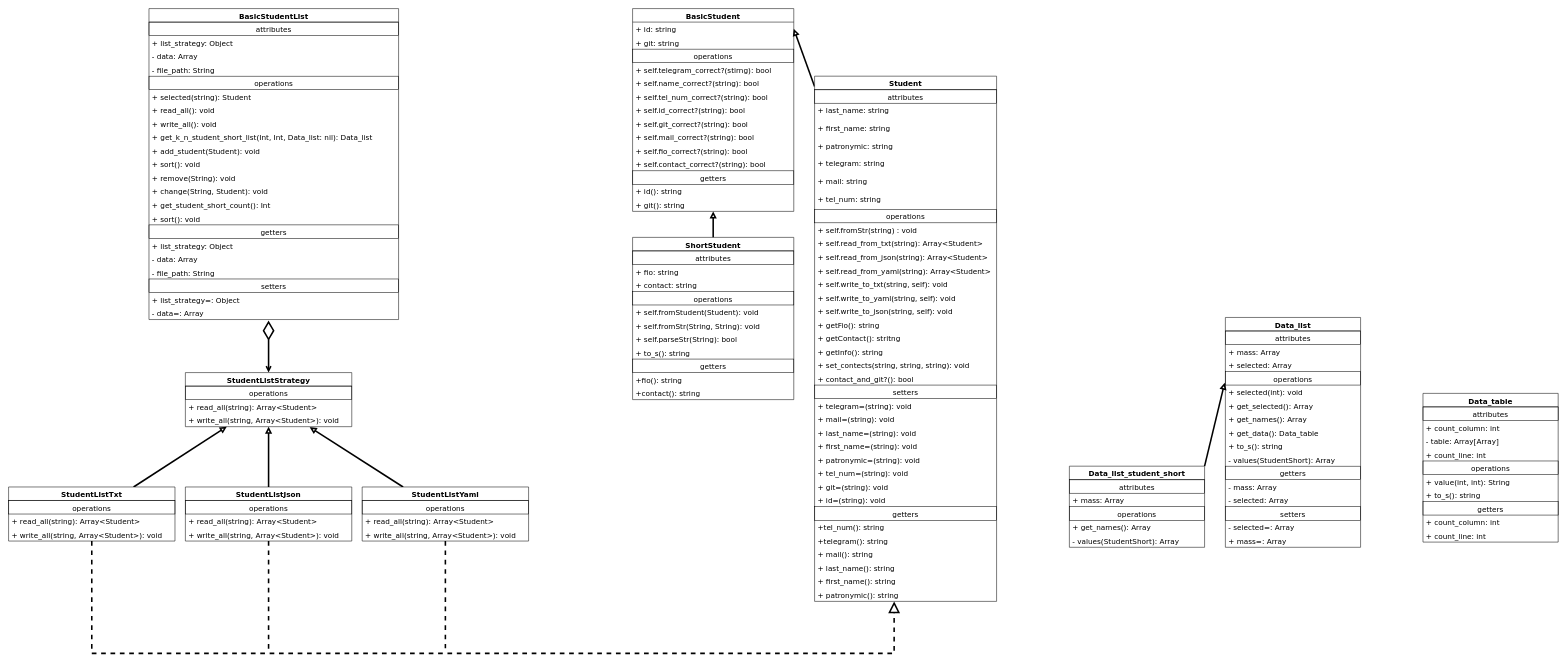
This is Lab2/diagrams/diagram.drawio from SeemerGG/Design_patterns, a draw.io file, before an edit. Source tidied: cells renumbered, new cells numbered last; positions are measured from the earlier drawing's top-left corner, leaving out a move shared by most shapes. Both pictures are drawn from the tidied source at 52%, with x=0, y=0 at pixel (8, 8).
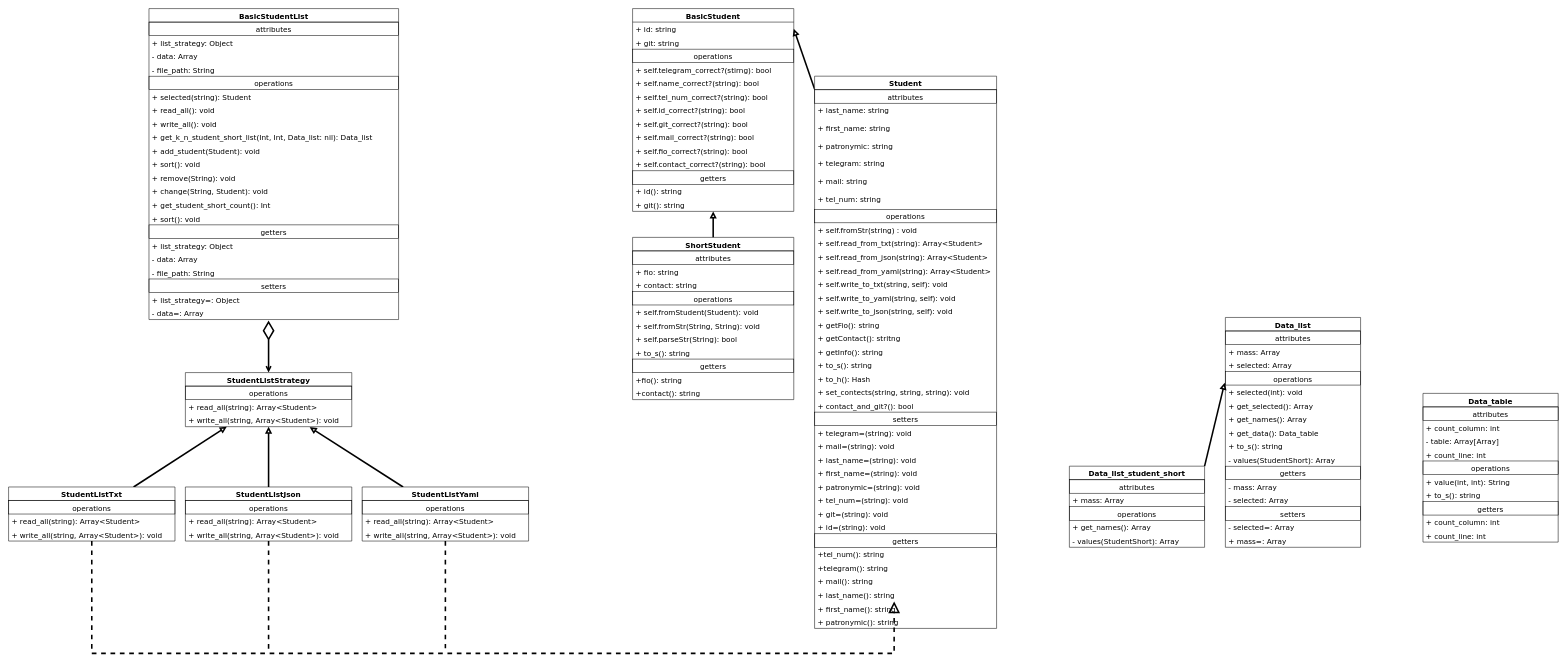
Above is the later version.

Diff of the diagram source:
```diff
@@
     <mxCell id="31" value="Student" style="swimlane;fontStyle=1;align=center;verticalAlign=top;horizontal=1;startSize=26;fontFamily=Verdana;fontSize=14;" parent="1" vertex="1">
-      <mxGeometry x="1550" y="130" width="350" height="1010" as="geometry" />
+      <mxGeometry x="1550" y="130" width="350" height="1062" as="geometry" />
     </mxCell>
@@
+    <mxCell id="149" value="+ to_s(): string" style="text;strokeColor=none;fillColor=none;align=left;verticalAlign=top;spacingLeft=4;spacingRight=4;overflow=hidden;fontFamily=Verdana;fontSize=14;" parent="31" vertex="1">
+      <mxGeometry y="542" width="350" height="26" as="geometry" />
+    </mxCell>
+    <mxCell id="150" value="+ to_h(): Hash" style="text;strokeColor=none;fillColor=none;align=left;verticalAlign=top;spacingLeft=4;spacingRight=4;overflow=hidden;fontFamily=Verdana;fontSize=14;" parent="31" vertex="1">
+      <mxGeometry y="568" width="350" height="26" as="geometry" />
+    </mxCell>
     <mxCell id="50" value="+ set_contects(string, string, string): void" style="text;strokeColor=none;fillColor=none;align=left;verticalAlign=top;spacingLeft=4;spacingRight=4;overflow=hidden;fontFamily=Verdana;fontSize=14;" parent="31" vertex="1">
-      <mxGeometry y="542" width="350" height="26" as="geometry" />
+      <mxGeometry y="594" width="350" height="26" as="geometry" />
     </mxCell>
     <mxCell id="51" value="+ contact_and_git?(): bool" style="text;strokeColor=none;fillColor=none;align=left;verticalAlign=top;spacingLeft=4;spacingRight=4;overflow=hidden;fontFamily=Verdana;fontSize=14;" parent="31" vertex="1">
-      <mxGeometry y="568" width="350" height="26" as="geometry" />
+      <mxGeometry y="620" width="350" height="26" as="geometry" />
     </mxCell>
     <mxCell id="52" value="setters" style="text;strokeColor=default;fillColor=none;align=center;verticalAlign=top;spacingLeft=4;spacingRight=4;overflow=hidden;fontFamily=Verdana;fontSize=14;" parent="31" vertex="1">
-      <mxGeometry y="594" width="350" height="26" as="geometry" />
+      <mxGeometry y="646" width="350" height="26" as="geometry" />
     </mxCell>
     <mxCell id="53" value="+ telegram=(string): void" style="text;strokeColor=none;fillColor=none;align=left;verticalAlign=top;spacingLeft=4;spacingRight=4;overflow=hidden;fontFamily=Verdana;fontSize=14;" parent="31" vertex="1">
-      <mxGeometry y="620" width="350" height="26" as="geometry" />
+      <mxGeometry y="672" width="350" height="26" as="geometry" />
     </mxCell>
     <mxCell id="54" value="+ mail=(string): void" style="text;strokeColor=none;fillColor=none;align=left;verticalAlign=top;spacingLeft=4;spacingRight=4;overflow=hidden;fontFamily=Verdana;fontSize=14;" parent="31" vertex="1">
-      <mxGeometry y="646" width="350" height="26" as="geometry" />
+      <mxGeometry y="698" width="350" height="26" as="geometry" />
     </mxCell>
     <mxCell id="55" value="+ last_name=(string): void" style="text;strokeColor=none;fillColor=none;align=left;verticalAlign=top;spacingLeft=4;spacingRight=4;overflow=hidden;fontFamily=Verdana;fontSize=14;" parent="31" vertex="1">
-      <mxGeometry y="672" width="350" height="26" as="geometry" />
+      <mxGeometry y="724" width="350" height="26" as="geometry" />
     </mxCell>
     <mxCell id="56" value="+ first_name=(string): void" style="text;strokeColor=none;fillColor=none;align=left;verticalAlign=top;spacingLeft=4;spacingRight=4;overflow=hidden;fontFamily=Verdana;fontSize=14;" parent="31" vertex="1">
-      <mxGeometry y="698" width="350" height="26" as="geometry" />
+      <mxGeometry y="750" width="350" height="26" as="geometry" />
     </mxCell>
     <mxCell id="57" value="+ patronymic=(string): void" style="text;strokeColor=none;fillColor=none;align=left;verticalAlign=top;spacingLeft=4;spacingRight=4;overflow=hidden;fontFamily=Verdana;fontSize=14;" parent="31" vertex="1">
-      <mxGeometry y="724" width="350" height="26" as="geometry" />
+      <mxGeometry y="776" width="350" height="26" as="geometry" />
     </mxCell>
     <mxCell id="58" value="+ tel_num=(string): void" style="text;strokeColor=none;fillColor=none;align=left;verticalAlign=top;spacingLeft=4;spacingRight=4;overflow=hidden;fontFamily=Verdana;fontSize=14;" parent="31" vertex="1">
-      <mxGeometry y="750" width="350" height="26" as="geometry" />
+      <mxGeometry y="802" width="350" height="26" as="geometry" />
     </mxCell>
     <mxCell id="59" value="+ git=(string): void" style="text;strokeColor=none;fillColor=none;align=left;verticalAlign=top;spacingLeft=4;spacingRight=4;overflow=hidden;fontFamily=Verdana;fontSize=14;" parent="31" vertex="1">
-      <mxGeometry y="776" width="350" height="26" as="geometry" />
+      <mxGeometry y="828" width="350" height="26" as="geometry" />
     </mxCell>
     <mxCell id="60" value="+ id=(string): void" style="text;strokeColor=none;fillColor=none;align=left;verticalAlign=top;spacingLeft=4;spacingRight=4;overflow=hidden;fontFamily=Verdana;fontSize=14;" parent="31" vertex="1">
-      <mxGeometry y="802" width="350" height="26" as="geometry" />
+      <mxGeometry y="854" width="350" height="26" as="geometry" />
     </mxCell>
     <mxCell id="61" value="getters" style="text;strokeColor=default;fillColor=none;align=center;verticalAlign=top;spacingLeft=4;spacingRight=4;overflow=hidden;fontFamily=Verdana;fontSize=14;" parent="31" vertex="1">
-      <mxGeometry y="828" width="350" height="26" as="geometry" />
+      <mxGeometry y="880" width="350" height="26" as="geometry" />
     </mxCell>
     <mxCell id="62" value="+tel_num(): string" style="text;strokeColor=none;fillColor=none;align=left;verticalAlign=top;spacingLeft=4;spacingRight=4;overflow=hidden;fontFamily=Verdana;fontSize=14;" parent="31" vertex="1">
-      <mxGeometry y="854" width="350" height="26" as="geometry" />
+      <mxGeometry y="906" width="350" height="26" as="geometry" />
     </mxCell>
     <mxCell id="63" value="+telegram(): string" style="text;strokeColor=none;fillColor=none;align=left;verticalAlign=top;spacingLeft=4;spacingRight=4;overflow=hidden;fontFamily=Verdana;fontSize=14;" parent="31" vertex="1">
-      <mxGeometry y="880" width="350" height="26" as="geometry" />
+      <mxGeometry y="932" width="350" height="26" as="geometry" />
     </mxCell>
     <mxCell id="64" value="+ mail(): string" style="text;strokeColor=none;fillColor=none;align=left;verticalAlign=top;spacingLeft=4;spacingRight=4;overflow=hidden;fontFamily=Verdana;fontSize=14;" parent="31" vertex="1">
-      <mxGeometry y="906" width="350" height="26" as="geometry" />
+      <mxGeometry y="958" width="350" height="26" as="geometry" />
     </mxCell>
     <mxCell id="65" value="+ last_name(): string" style="text;strokeColor=none;fillColor=none;align=left;verticalAlign=top;spacingLeft=4;spacingRight=4;overflow=hidden;fontFamily=Verdana;fontSize=14;" parent="31" vertex="1">
-      <mxGeometry y="932" width="350" height="26" as="geometry" />
+      <mxGeometry y="984" width="350" height="26" as="geometry" />
     </mxCell>
     <mxCell id="66" value="+ first_name(): string" style="text;strokeColor=none;fillColor=none;align=left;verticalAlign=top;spacingLeft=4;spacingRight=4;overflow=hidden;fontFamily=Verdana;fontSize=14;" parent="31" vertex="1">
-      <mxGeometry y="958" width="350" height="26" as="geometry" />
+      <mxGeometry y="1010" width="350" height="26" as="geometry" />
     </mxCell>
     <mxCell id="67" value="+ patronymic(): string" style="text;strokeColor=none;fillColor=none;align=left;verticalAlign=top;spacingLeft=4;spacingRight=4;overflow=hidden;fontFamily=Verdana;fontSize=14;" parent="31" vertex="1">
-      <mxGeometry y="984" width="350" height="26" as="geometry" />
+      <mxGeometry y="1036" width="350" height="26" as="geometry" />
     </mxCell>
```
